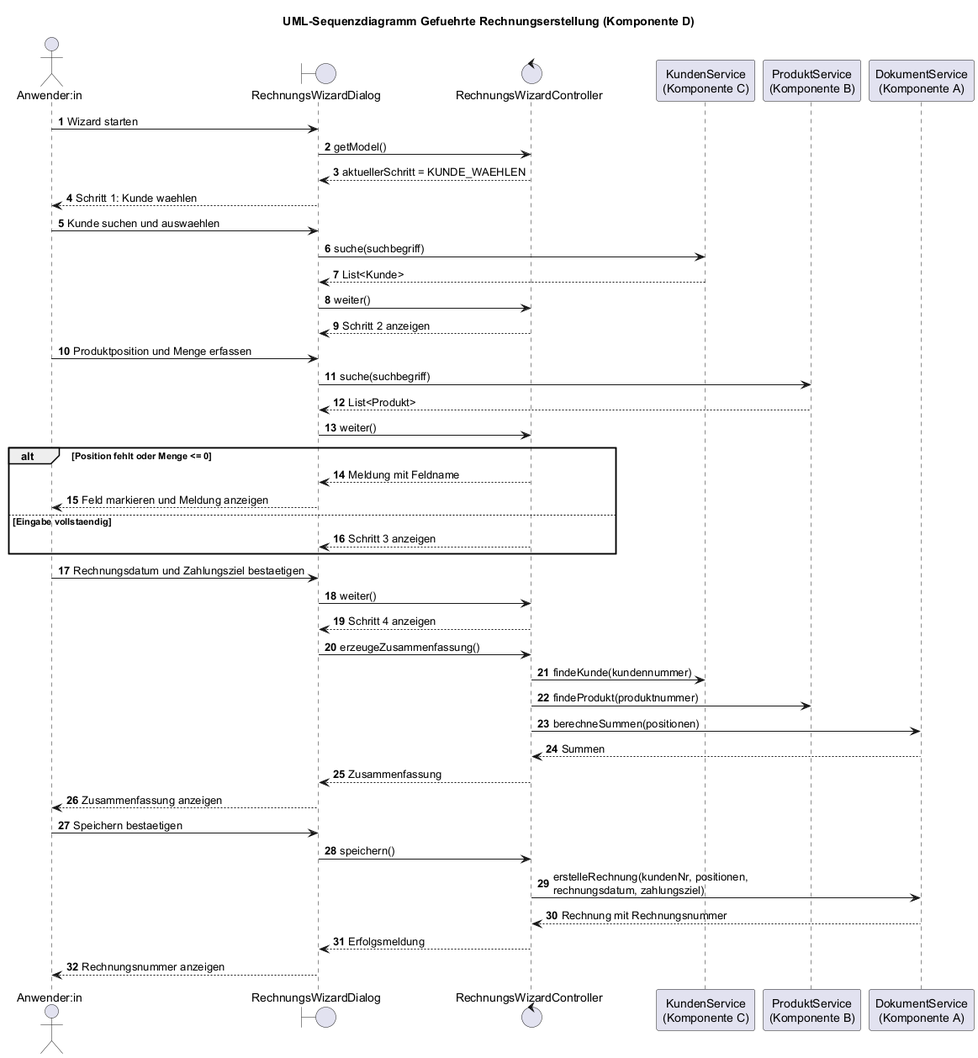
The PlantUML diagram dokumentation/diagramme/sequenz_rechnungserstellung_wizard.png in lucasstrubel/faktura, before a commit. Its diagram source:
```plantuml
@startuml
title UML-Sequenzdiagramm Gefuehrte Rechnungserstellung (Komponente D)
autonumber

actor "Anwender:in" as Anw
boundary "RechnungsWizardDialog" as Dialog
control "RechnungsWizardController" as Controller
participant "KundenService\n(Komponente C)" as Kunden
participant "ProduktService\n(Komponente B)" as Produkte
participant "DokumentService\n(Komponente A)" as Dokumente

Anw -> Dialog : Wizard starten
Dialog -> Controller : getModel()
Controller --> Dialog : aktuellerSchritt = KUNDE_WAEHLEN
Dialog --> Anw : Schritt 1: Kunde waehlen

Anw -> Dialog : Kunde suchen und auswaehlen
Dialog -> Kunden : suche(suchbegriff)
Kunden --> Dialog : List<Kunde>
Dialog -> Controller : weiter()
Controller --> Dialog : Schritt 2 anzeigen

Anw -> Dialog : Produktposition und Menge erfassen
Dialog -> Produkte : suche(suchbegriff)
Produkte --> Dialog : List<Produkt>
Dialog -> Controller : weiter()

alt Position fehlt oder Menge <= 0
  Controller --> Dialog : Meldung mit Feldname
  Dialog --> Anw : Feld markieren und Meldung anzeigen
else Eingabe vollstaendig
  Controller --> Dialog : Schritt 3 anzeigen
end

Anw -> Dialog : Rechnungsdatum und Zahlungsziel bestaetigen
Dialog -> Controller : weiter()
Controller --> Dialog : Schritt 4 anzeigen

Dialog -> Controller : erzeugeZusammenfassung()
Controller -> Kunden : findeKunde(kundennummer)
Controller -> Produkte : findeProdukt(produktnummer)
Controller -> Dokumente : berechneSummen(positionen)
Dokumente --> Controller : Summen
Controller --> Dialog : Zusammenfassung
Dialog --> Anw : Zusammenfassung anzeigen

Anw -> Dialog : Speichern bestaetigen
Dialog -> Controller : speichern()
Controller -> Dokumente : erstelleRechnung(kundenNr, positionen,\nrechnungsdatum, zahlungsziel)
Dokumente --> Controller : Rechnung mit Rechnungsnummer
Controller --> Dialog : Erfolgsmeldung
Dialog --> Anw : Rechnungsnummer anzeigen
@enduml
```
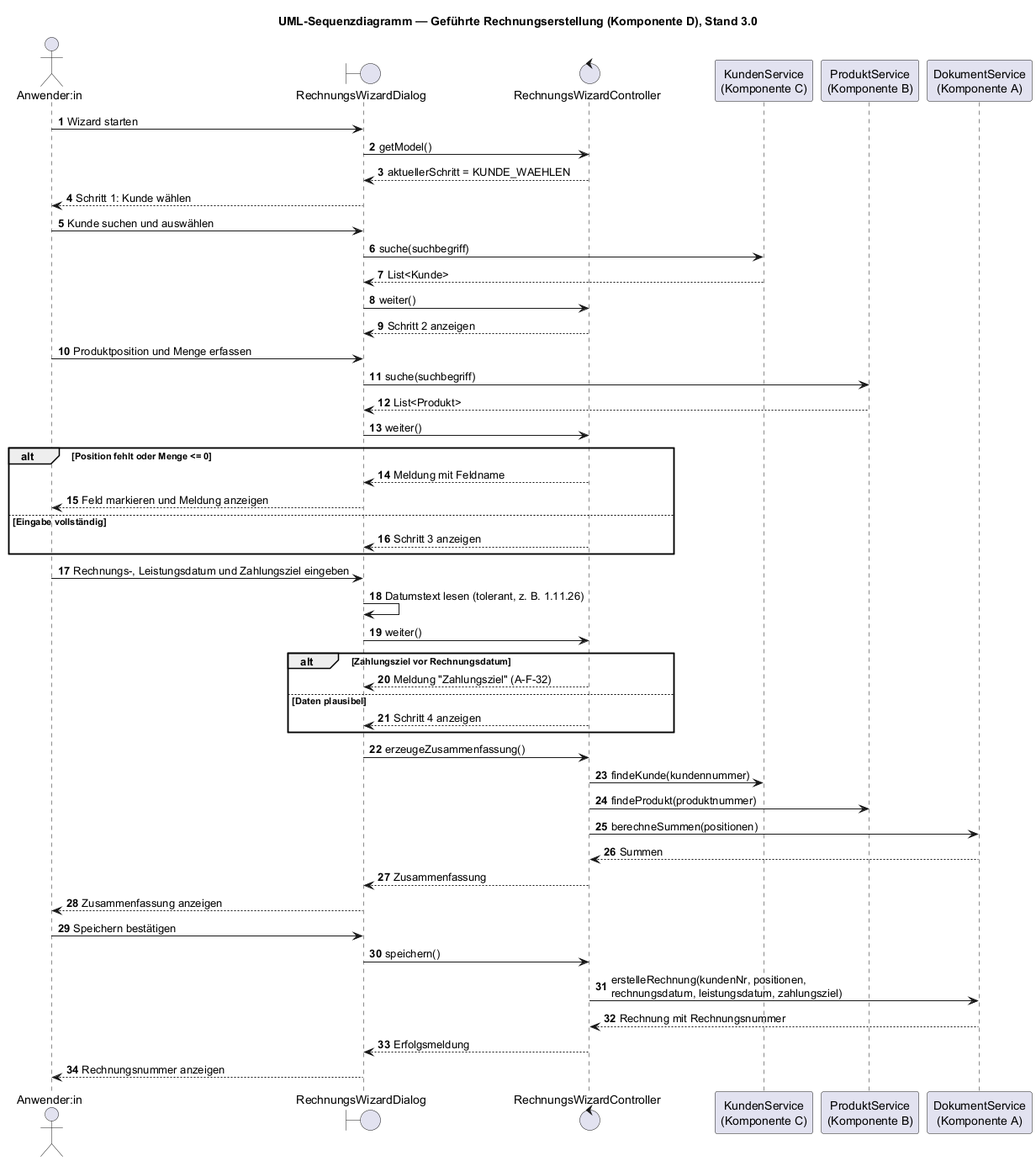
The same file after the commit.

What changed in the source:
```diff
@@ -1,5 +1,6 @@
 @startuml
-title UML-Sequenzdiagramm Gefuehrte Rechnungserstellung (Komponente D)
+!pragma layout smetana
+title UML-Sequenzdiagramm — Geführte Rechnungserstellung (Komponente D), Stand 3.0
 autonumber
 
 actor "Anwender:in" as Anw
@@ -12,9 +13,9 @@
 Anw -> Dialog : Wizard starten
 Dialog -> Controller : getModel()
 Controller --> Dialog : aktuellerSchritt = KUNDE_WAEHLEN
-Dialog --> Anw : Schritt 1: Kunde waehlen
+Dialog --> Anw : Schritt 1: Kunde wählen
 
-Anw -> Dialog : Kunde suchen und auswaehlen
+Anw -> Dialog : Kunde suchen und auswählen
 Dialog -> Kunden : suche(suchbegriff)
 Kunden --> Dialog : List<Kunde>
 Dialog -> Controller : weiter()
@@ -28,13 +29,19 @@
 alt Position fehlt oder Menge <= 0
   Controller --> Dialog : Meldung mit Feldname
   Dialog --> Anw : Feld markieren und Meldung anzeigen
-else Eingabe vollstaendig
+else Eingabe vollständig
   Controller --> Dialog : Schritt 3 anzeigen
 end
 
-Anw -> Dialog : Rechnungsdatum und Zahlungsziel bestaetigen
+Anw -> Dialog : Rechnungs-, Leistungsdatum und Zahlungsziel eingeben
+Dialog -> Dialog : Datumstext lesen (tolerant, z. B. 1.11.26)
 Dialog -> Controller : weiter()
-Controller --> Dialog : Schritt 4 anzeigen
+
+alt Zahlungsziel vor Rechnungsdatum
+  Controller --> Dialog : Meldung "Zahlungsziel" (A-F-32)
+else Daten plausibel
+  Controller --> Dialog : Schritt 4 anzeigen
+end
 
 Dialog -> Controller : erzeugeZusammenfassung()
 Controller -> Kunden : findeKunde(kundennummer)
@@ -44,9 +51,9 @@
 Controller --> Dialog : Zusammenfassung
 Dialog --> Anw : Zusammenfassung anzeigen
 
-Anw -> Dialog : Speichern bestaetigen
+Anw -> Dialog : Speichern bestätigen
 Dialog -> Controller : speichern()
-Controller -> Dokumente : erstelleRechnung(kundenNr, positionen,\nrechnungsdatum, zahlungsziel)
+Controller -> Dokumente : erstelleRechnung(kundenNr, positionen,\nrechnungsdatum, leistungsdatum, zahlungsziel)
 Dokumente --> Controller : Rechnung mit Rechnungsnummer
 Controller --> Dialog : Erfolgsmeldung
 Dialog --> Anw : Rechnungsnummer anzeigen
```
